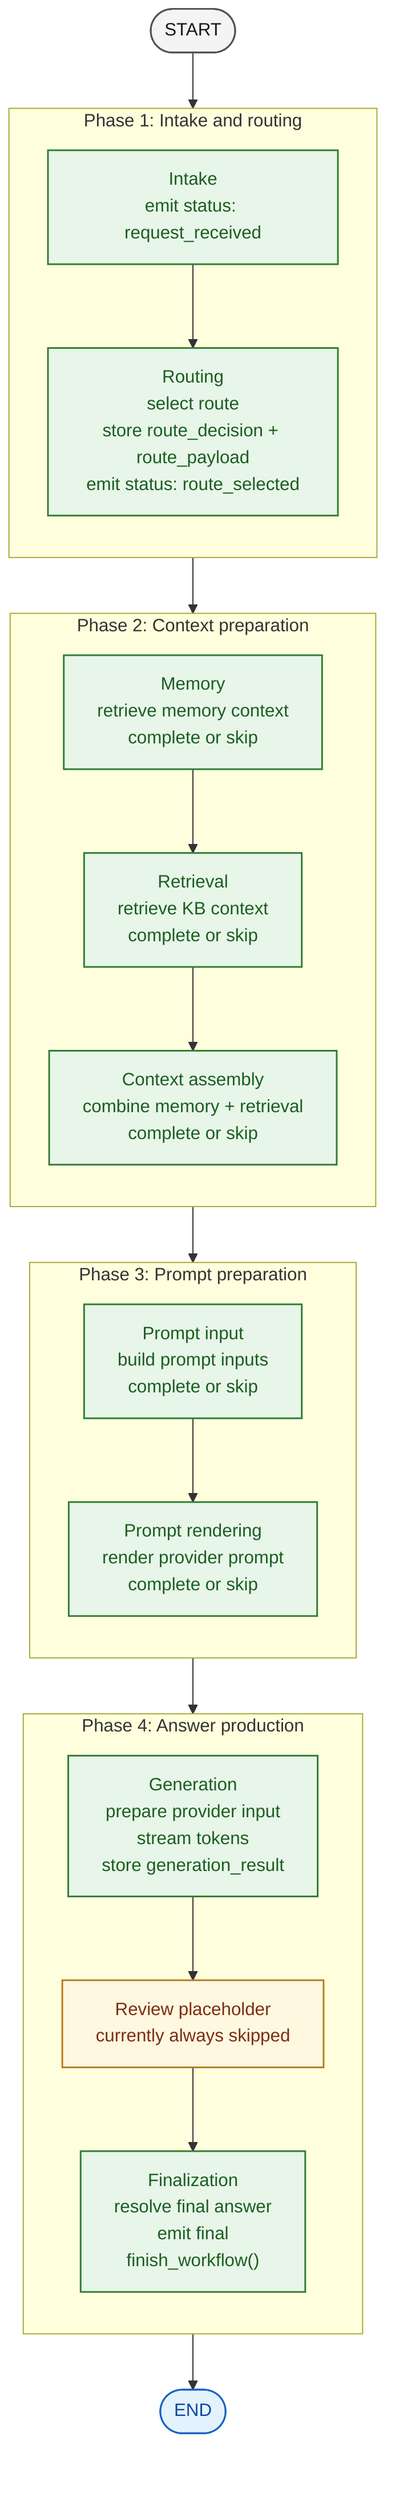
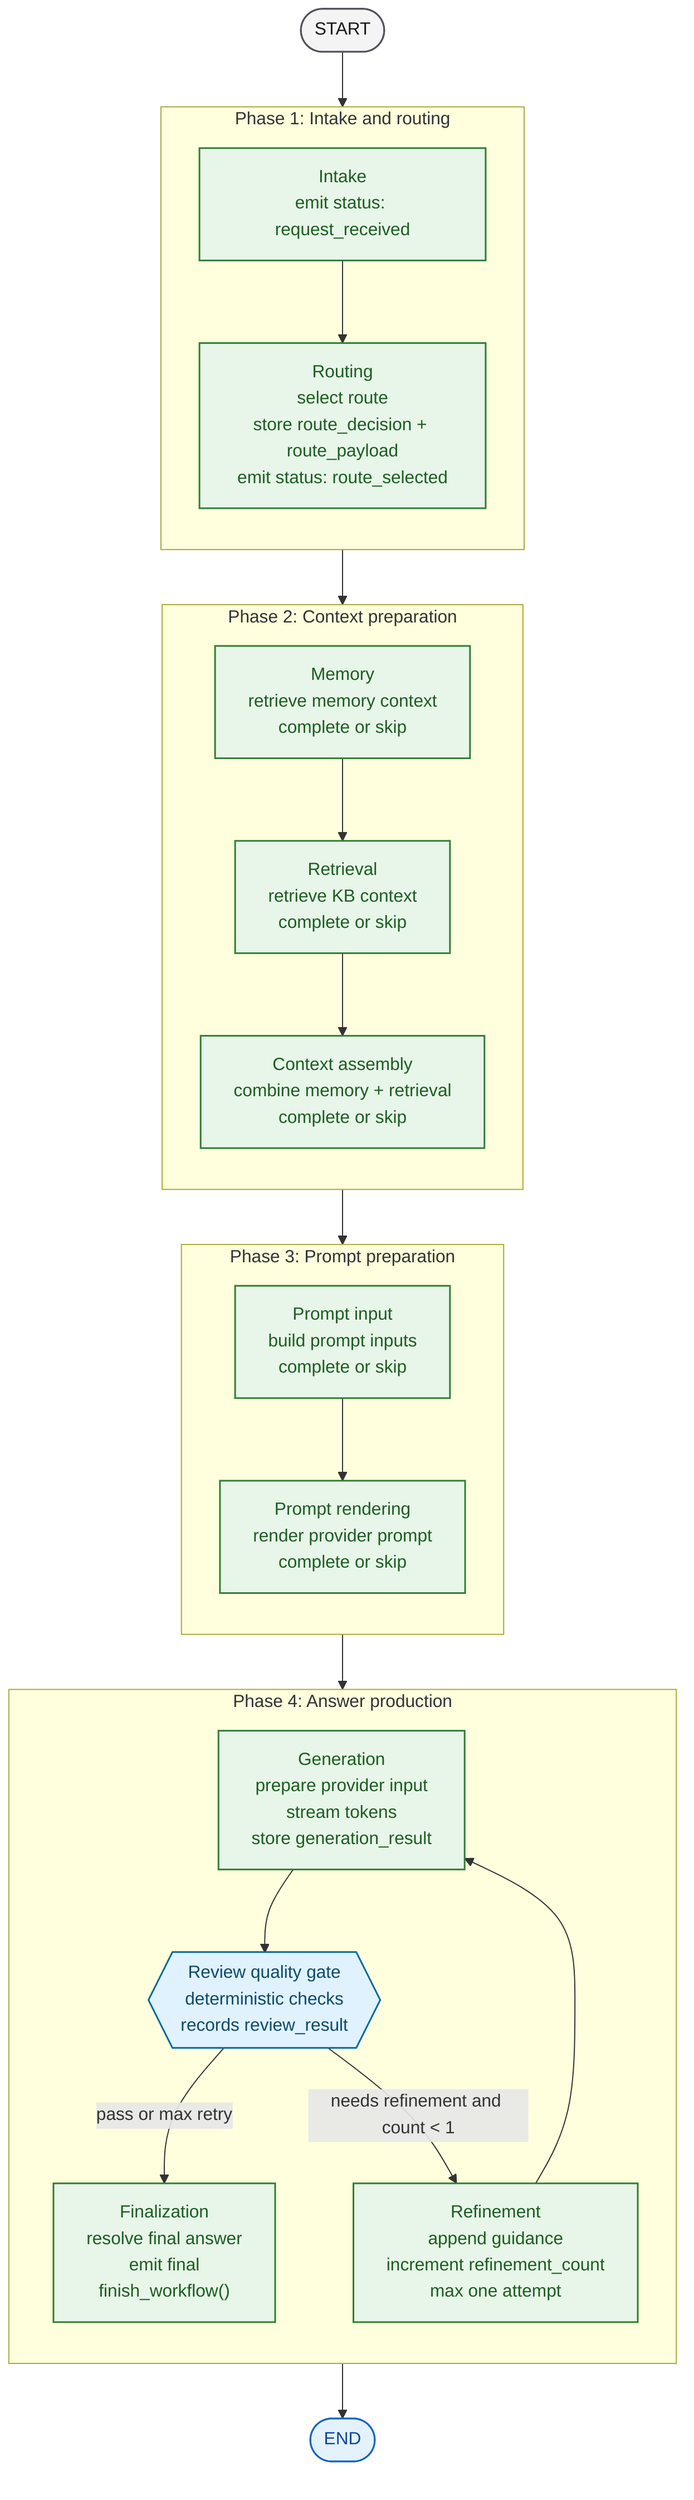
flowchart TB
    classDef boundary fill:#F4F4F5,stroke:#52525B,color:#18181B,stroke-width:1.5px;
    classDef implemented fill:#E8F5E9,stroke:#2E7D32,color:#1B5E20,stroke-width:1.5px;
-     classDef placeholder fill:#FFF8E1,stroke:#B7791F,color:#7C2D12,stroke-width:1.5px;
+     classDef gate fill:#E0F2FE,stroke:#0369A1,color:#0C4A6E,stroke-width:1.5px;
    classDef terminal fill:#E3F2FD,stroke:#1565C0,color:#0D47A1,stroke-width:1.5px;

    start([START])
    finish([END])

    subgraph phase_1["Phase 1: Intake and routing"]
        direction TB
        intake["Intake<br/>emit status: request_received"]
        routing["Routing<br/>select route<br/>store route_decision + route_payload<br/>emit status: route_selected"]
    end

    subgraph phase_2["Phase 2: Context preparation"]
        direction TB
        memory["Memory<br/>retrieve memory context<br/>complete or skip"]
        retrieval["Retrieval<br/>retrieve KB context<br/>complete or skip"]
        context_assembly["Context assembly<br/>combine memory + retrieval<br/>complete or skip"]
    end

    subgraph phase_3["Phase 3: Prompt preparation"]
        direction TB
        prompt_input["Prompt input<br/>build prompt inputs<br/>complete or skip"]
        prompt_rendering["Prompt rendering<br/>render provider prompt<br/>complete or skip"]
    end

    subgraph phase_4["Phase 4: Answer production"]
        direction TB
        generation["Generation<br/>prepare provider input<br/>stream tokens<br/>store generation_result"]
-         review["Review placeholder<br/>currently always skipped"]
+         review{{"Review quality gate<br/>deterministic checks<br/>records review_result"}}
+         refinement["Refinement<br/>append guidance<br/>increment refinement_count<br/>max one attempt"]
        finalization["Finalization<br/>resolve final answer<br/>emit final<br/>finish_workflow()"]
    end

-     start --> intake --> routing --> memory --> retrieval --> context_assembly --> prompt_input --> prompt_rendering --> generation --> review --> finalization --> finish
+     start --> intake --> routing --> memory --> retrieval --> context_assembly --> prompt_input --> prompt_rendering --> generation --> review
+     review -->|"pass or max retry"| finalization --> finish
+     review -->|"needs refinement and count < 1"| refinement --> generation

    class start boundary
    class finish terminal
-     class intake,routing,memory,retrieval,context_assembly,prompt_input,prompt_rendering,generation,finalization implemented
-     class review placeholder
+     class intake,routing,memory,retrieval,context_assembly,prompt_input,prompt_rendering,generation,refinement,finalization implemented
+     class review gate
